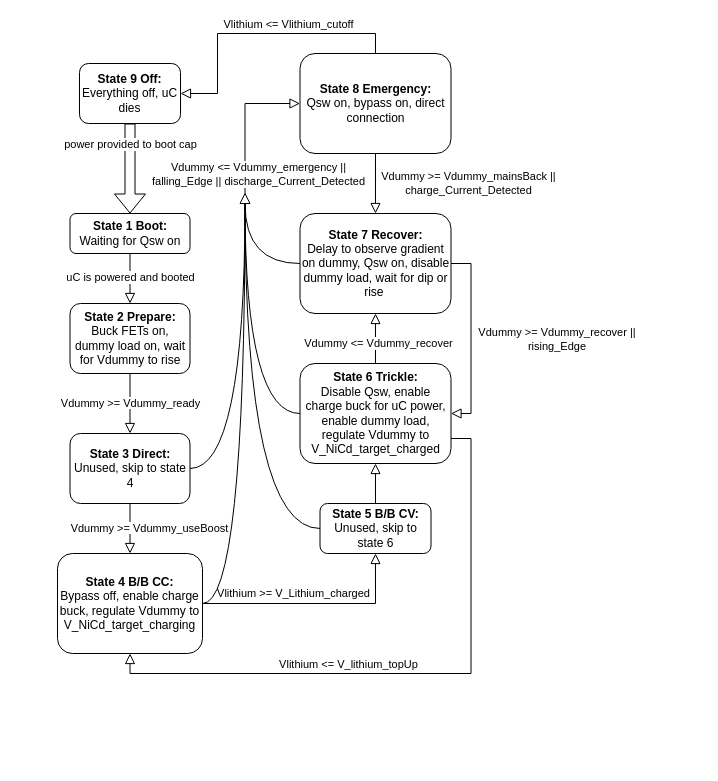
Before: 203IntefaceFlowchart_CV.drawio in BStainthorpe/Flowcharts, a draw.io diagram. Source tidied: cells renumbered, new cells numbered last; positions are measured from the earlier drawing's top-left corner, leaving out a move shared by most shapes. Both pictures are drawn from the tidied source at 100%, with x=0, y=0 at pixel (57, 33).
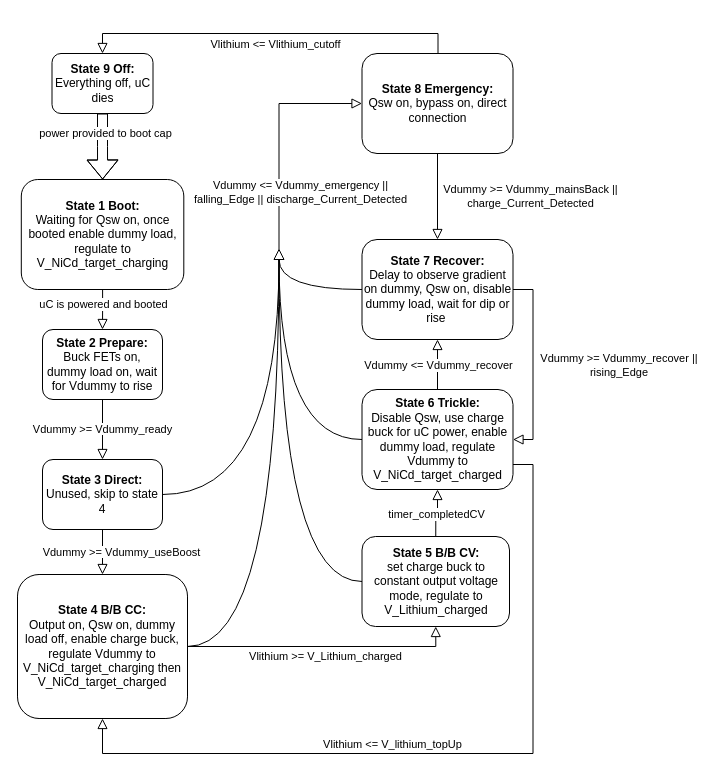
The same page after the edit.

Unchanged cells that the change refers to:
```xml
<mxCell id="29" style="rounded=0;html=1;jettySize=auto;fontSize=11;endArrow=block;endFill=0;endSize=8;strokeWidth=1;shadow=0;labelBackgroundColor=none;edgeStyle=orthogonalEdgeStyle;entryX=0.5;entryY=0;entryDx=0;entryDy=0;exitX=0.5;exitY=1;exitDx=0;exitDy=0;" parent="1" edge="1" source="20" target="14">
  <mxGeometry x="0.04" y="20" relative="1" as="geometry" />
</mxCell>
```

Change to the diagram source:
```diff
@@
-    <mxCell id="2" style="rounded=0;html=1;jettySize=auto;fontSize=11;endArrow=block;endFill=0;endSize=8;strokeWidth=1;shadow=0;labelBackgroundColor=none;edgeStyle=orthogonalEdgeStyle;" parent="1" edge="1" source="4">
-      <mxGeometry relative="1" as="geometry">
-        <mxPoint x="72.5" y="270" as="targetPoint" />
-      </mxGeometry>
-    </mxCell>
+    <mxCell id="37" style="rounded=0;html=1;jettySize=auto;fontSize=11;endArrow=block;endFill=0;endSize=8;strokeWidth=1;shadow=0;labelBackgroundColor=none;edgeStyle=orthogonalEdgeStyle;" parent="1" edge="1" source="38">
+      <mxGeometry relative="1" as="geometry">
+        <mxPoint x="45" y="296" as="targetPoint" />
+      </mxGeometry>
+    </mxCell>
-    <mxCell id="3" value="uC is powered and booted" style="edgeLabel;html=1;align=center;verticalAlign=middle;" parent="2" vertex="1">
+    <mxCell id="3" value="uC is powered and booted" style="edgeLabel;html=1;align=center;verticalAlign=middle;" parent="37" vertex="1">
       <mxGeometry x="-0.07" y="1" relative="1" as="geometry">
-        <mxPoint x="-1" as="offset" />
+        <mxPoint x="-1" y="-5" as="offset" />
       </mxGeometry>
     </mxCell>
-    <mxCell id="4" value="&lt;b&gt;State 1 Boot:&lt;/b&gt;&lt;div&gt;Waiting for Qsw on&lt;/div&gt;" style="rounded=1;whiteSpace=wrap;html=1;fontSize=12;glass=0;strokeWidth=1;shadow=0;" parent="1" vertex="1">
-      <mxGeometry x="12.5" y="180" width="120" height="40" as="geometry" />
-    </mxCell>
+    <mxCell id="38" value="&lt;b&gt;State 1 Boot:&lt;/b&gt;&lt;div&gt;Waiting for Qsw on, once booted enable dummy load, regulate to V_NiCd_target_charging&lt;/div&gt;" style="rounded=1;whiteSpace=wrap;html=1;fontSize=12;glass=0;strokeWidth=1;shadow=0;" parent="1" vertex="1">
+      <mxGeometry x="-36.2" y="146" width="162.5" height="110" as="geometry" />
+    </mxCell>
-    <mxCell id="5" value="&lt;span style=&quot;background-color: rgb(255, 255, 255);&quot;&gt;Vdummy &amp;gt;= Vdummy_useBoost&lt;/span&gt;" style="rounded=0;html=1;jettySize=auto;fontSize=11;endArrow=block;endFill=0;endSize=8;strokeWidth=1;shadow=0;labelBackgroundColor=none;edgeStyle=orthogonalEdgeStyle;exitX=0.5;exitY=1;exitDx=0;exitDy=0;entryX=0.5;entryY=0;entryDx=0;entryDy=0;" parent="1" edge="1" source="8" target="9">
+    <mxCell id="5" value="&lt;span style=&quot;background-color: rgb(255, 255, 255);&quot;&gt;Vdummy &amp;gt;= Vdummy_useBoost&lt;/span&gt;" style="rounded=0;html=1;jettySize=auto;fontSize=11;endArrow=block;endFill=0;endSize=8;strokeWidth=1;shadow=0;labelBackgroundColor=none;edgeStyle=orthogonalEdgeStyle;exitX=0.5;exitY=1;exitDx=0;exitDy=0;entryX=0.5;entryY=0;entryDx=0;entryDy=0;" parent="1" edge="1" source="8" target="39">
       <mxGeometry x="0.05" y="19" relative="1" as="geometry">
         <mxPoint y="-1" as="offset" />
       </mxGeometry>
     </mxCell>
@@
     <mxCell id="7" value="&lt;b&gt;State 2 Prepare:&lt;/b&gt;&lt;div&gt;Buck FETs on, dummy load on, wait for Vdummy to rise&lt;/div&gt;" style="rounded=1;whiteSpace=wrap;html=1;fontSize=12;glass=0;strokeWidth=1;shadow=0;" parent="1" vertex="1">
-      <mxGeometry x="12.5" y="270" width="120" height="70" as="geometry" />
+      <mxGeometry x="-15" y="296" width="120" height="70" as="geometry" />
     </mxCell>
     <mxCell id="8" value="&lt;b&gt;State 3 Direct:&lt;/b&gt;&lt;div&gt;Unused, skip to state 4&lt;/div&gt;" style="rounded=1;whiteSpace=wrap;html=1;fontSize=12;glass=0;strokeWidth=1;shadow=0;" parent="1" vertex="1">
-      <mxGeometry x="12.5" y="400" width="120" height="70" as="geometry" />
+      <mxGeometry x="-15" y="426" width="120" height="70" as="geometry" />
     </mxCell>
-    <mxCell id="9" value="&lt;b&gt;State 4 B/B CC:&lt;/b&gt;&lt;div&gt;Bypass off, enable charge buck, regulate Vdummy to V_NiCd_target_charging&lt;/div&gt;" style="rounded=1;whiteSpace=wrap;html=1;fontSize=12;glass=0;strokeWidth=1;shadow=0;" parent="1" vertex="1">
-      <mxGeometry y="520" width="145" height="100" as="geometry" />
-    </mxCell>
-    <mxCell id="10" value="&lt;b&gt;State 5 B/B CV:&lt;/b&gt;&lt;div&gt;Unused, skip to state 6&lt;/div&gt;" style="rounded=1;whiteSpace=wrap;html=1;fontSize=12;glass=0;strokeWidth=1;shadow=0;" parent="1" vertex="1">
-      <mxGeometry x="262.5" y="470" width="111" height="50" as="geometry" />
-    </mxCell>
+    <mxCell id="39" value="&lt;b&gt;State 4 B/B CC:&lt;/b&gt;&lt;div&gt;Output on, Qsw on, dummy load off, enable charge buck, regulate Vdummy to V_NiCd_target_charging then V_NiCd_target_charged&lt;/div&gt;" style="rounded=1;whiteSpace=wrap;html=1;fontSize=12;glass=0;strokeWidth=1;shadow=0;" parent="1" vertex="1">
+      <mxGeometry x="-40" y="541" width="170" height="144" as="geometry" />
+    </mxCell>
+    <mxCell id="40" value="&lt;b&gt;State 5 B/B CV:&lt;/b&gt;&lt;div&gt;set charge buck to constant output voltage mode, regulate to V_Lithium_charged&lt;/div&gt;" style="rounded=1;whiteSpace=wrap;html=1;fontSize=12;glass=0;strokeWidth=1;shadow=0;" parent="1" vertex="1">
+      <mxGeometry x="304.5" y="503" width="147.5" height="90" as="geometry" />
+    </mxCell>
-    <mxCell id="11" value="&lt;span style=&quot;background-color: rgb(255, 255, 255);&quot;&gt;Vlithium &amp;gt;= V_Lithium_charged&lt;/span&gt;" style="rounded=0;html=1;jettySize=auto;fontSize=11;endArrow=block;endFill=0;endSize=8;strokeWidth=1;shadow=0;labelBackgroundColor=none;edgeStyle=orthogonalEdgeStyle;exitX=1;exitY=0.5;exitDx=0;exitDy=0;entryX=0.5;entryY=1;entryDx=0;entryDy=0;" parent="1" edge="1" source="9" target="10">
-      <mxGeometry x="-0.18" y="10" relative="1" as="geometry" />
+    <mxCell id="11" value="&lt;span style=&quot;background-color: rgb(255, 255, 255);&quot;&gt;Vlithium &amp;gt;= V_Lithium_charged&lt;/span&gt;" style="rounded=0;html=1;jettySize=auto;fontSize=11;endArrow=block;endFill=0;endSize=8;strokeWidth=1;shadow=0;labelBackgroundColor=none;edgeStyle=orthogonalEdgeStyle;exitX=1;exitY=0.5;exitDx=0;exitDy=0;entryX=0.5;entryY=1;entryDx=0;entryDy=0;" parent="1" edge="1" source="39" target="40">
+      <mxGeometry x="0.03" y="-10" relative="1" as="geometry">
+        <Array as="points">
+          <mxPoint x="378.5" y="613" />
+        </Array>
+      </mxGeometry>
     </mxCell>
-    <mxCell id="12" value="&lt;b&gt;State 6 Trickle:&lt;/b&gt;&lt;div&gt;Disable Qsw, enable charge buck for uC power, enable dummy load, regulate Vdummy to V_NiCd_target_charged&lt;/div&gt;" style="rounded=1;whiteSpace=wrap;html=1;fontSize=12;glass=0;strokeWidth=1;shadow=0;" parent="1" vertex="1">
-      <mxGeometry x="242.5" y="330" width="151" height="100" as="geometry" />
-    </mxCell>
-    <mxCell id="13" style="rounded=0;html=1;jettySize=auto;fontSize=11;endArrow=block;endFill=0;endSize=8;strokeWidth=1;shadow=0;labelBackgroundColor=none;edgeStyle=orthogonalEdgeStyle;exitX=0.5;exitY=0;exitDx=0;exitDy=0;entryX=0.5;entryY=1;entryDx=0;entryDy=0;" parent="1" edge="1" source="10" target="12">
-      <mxGeometry x="0.04" y="20" relative="1" as="geometry" />
-    </mxCell>
+    <mxCell id="41" value="&lt;b&gt;State 6 Trickle:&lt;/b&gt;&lt;div&gt;Disable Qsw, use charge buck for uC power, enable dummy load, regulate Vdummy to V_NiCd_target_charged&lt;/div&gt;" style="rounded=1;whiteSpace=wrap;html=1;fontSize=12;glass=0;strokeWidth=1;shadow=0;" parent="1" vertex="1">
+      <mxGeometry x="304.5" y="356" width="151" height="100" as="geometry" />
+    </mxCell>
+    <mxCell id="42" style="rounded=0;html=1;jettySize=auto;fontSize=11;endArrow=block;endFill=0;endSize=8;strokeWidth=1;shadow=0;labelBackgroundColor=none;edgeStyle=orthogonalEdgeStyle;exitX=0.5;exitY=0;exitDx=0;exitDy=0;entryX=0.5;entryY=1;entryDx=0;entryDy=0;" parent="1" edge="1" source="40" target="41">
+      <mxGeometry x="0.04" y="20" relative="1" as="geometry" />
+    </mxCell>
+    <mxCell id="43" value="timer_completedCV" style="edgeLabel;html=1;align=center;verticalAlign=middle;" parent="42" vertex="1">
+      <mxGeometry x="-0.04" relative="1" as="geometry" />
+    </mxCell>
     <mxCell id="14" value="&lt;b&gt;State 7 Recover:&lt;/b&gt;&lt;div&gt;Delay to observe gradient on dummy, Qsw on, disable dummy load, wait for dip or rise&amp;nbsp;&lt;br&gt;&lt;/div&gt;" style="rounded=1;whiteSpace=wrap;html=1;fontSize=12;glass=0;strokeWidth=1;shadow=0;" parent="1" vertex="1">
-      <mxGeometry x="242.5" y="180" width="151" height="100" as="geometry" />
+      <mxGeometry x="304.5" y="206" width="151" height="100" as="geometry" />
     </mxCell>
-    <mxCell id="15" style="triangle;whiteSpace=wrap;html=1;rotation=-90;" parent="1" vertex="1">
-      <mxGeometry x="182.5" y="160" width="10" height="10" as="geometry" />
-    </mxCell>
-    <mxCell id="16" style="edgeStyle=orthogonalEdgeStyle;rounded=0;html=1;jettySize=auto;fontSize=11;endArrow=none;endFill=0;strokeWidth=1;shadow=0;labelBackgroundColor=none;entryX=0;entryY=0.5;entryDx=0;entryDy=0;exitX=1;exitY=0.5;exitDx=0;exitDy=0;curved=1;" parent="1" edge="1" source="8" target="15">
-      <mxGeometry relative="1" as="geometry" />
-    </mxCell>
-    <mxCell id="17" style="edgeStyle=orthogonalEdgeStyle;rounded=0;html=1;jettySize=auto;fontSize=11;endArrow=none;endFill=0;strokeWidth=1;shadow=0;labelBackgroundColor=none;exitX=1;exitY=0.5;exitDx=0;exitDy=0;curved=1;entryX=0;entryY=0.5;entryDx=0;entryDy=0;" parent="1" edge="1" source="9" target="15">
-      <mxGeometry relative="1" as="geometry" />
-    </mxCell>
-    <mxCell id="18" style="edgeStyle=orthogonalEdgeStyle;rounded=0;html=1;jettySize=auto;fontSize=11;endArrow=none;endFill=0;strokeWidth=1;shadow=0;labelBackgroundColor=none;exitX=0;exitY=0.5;exitDx=0;exitDy=0;curved=1;entryX=0;entryY=0.5;entryDx=0;entryDy=0;" parent="1" edge="1" source="10" target="15">
-      <mxGeometry relative="1" as="geometry" />
-    </mxCell>
-    <mxCell id="19" style="edgeStyle=orthogonalEdgeStyle;rounded=0;html=1;jettySize=auto;fontSize=11;endArrow=none;endFill=0;strokeWidth=1;shadow=0;labelBackgroundColor=none;exitX=0;exitY=0.5;exitDx=0;exitDy=0;curved=1;entryX=0;entryY=0.5;entryDx=0;entryDy=0;" parent="1" edge="1" source="12" target="15">
-      <mxGeometry relative="1" as="geometry" />
-    </mxCell>
+    <mxCell id="44" style="triangle;whiteSpace=wrap;html=1;rotation=-90;" parent="1" vertex="1">
+      <mxGeometry x="216.5" y="216" width="10" height="10" as="geometry" />
+    </mxCell>
+    <mxCell id="45" style="edgeStyle=orthogonalEdgeStyle;rounded=0;html=1;jettySize=auto;fontSize=11;endArrow=none;endFill=0;strokeWidth=1;shadow=0;labelBackgroundColor=none;entryX=0;entryY=0.5;entryDx=0;entryDy=0;exitX=1;exitY=0.5;exitDx=0;exitDy=0;curved=1;" parent="1" edge="1" source="8" target="44">
+      <mxGeometry relative="1" as="geometry" />
+    </mxCell>
+    <mxCell id="46" style="edgeStyle=orthogonalEdgeStyle;rounded=0;html=1;jettySize=auto;fontSize=11;endArrow=none;endFill=0;strokeWidth=1;shadow=0;labelBackgroundColor=none;exitX=1;exitY=0.5;exitDx=0;exitDy=0;curved=1;entryX=0;entryY=0.5;entryDx=0;entryDy=0;" parent="1" edge="1" source="39" target="44">
+      <mxGeometry relative="1" as="geometry" />
+    </mxCell>
+    <mxCell id="47" style="edgeStyle=orthogonalEdgeStyle;rounded=0;html=1;jettySize=auto;fontSize=11;endArrow=none;endFill=0;strokeWidth=1;shadow=0;labelBackgroundColor=none;exitX=0;exitY=0.5;exitDx=0;exitDy=0;curved=1;entryX=0;entryY=0.5;entryDx=0;entryDy=0;" parent="1" edge="1" source="40" target="44">
+      <mxGeometry relative="1" as="geometry" />
+    </mxCell>
+    <mxCell id="48" style="edgeStyle=orthogonalEdgeStyle;rounded=0;html=1;jettySize=auto;fontSize=11;endArrow=none;endFill=0;strokeWidth=1;shadow=0;labelBackgroundColor=none;exitX=0;exitY=0.5;exitDx=0;exitDy=0;curved=1;entryX=0;entryY=0.5;entryDx=0;entryDy=0;" parent="1" edge="1" source="41" target="44">
+      <mxGeometry relative="1" as="geometry" />
+    </mxCell>
     <mxCell id="20" value="&lt;b&gt;State 8 Emergency:&lt;/b&gt;&lt;div&gt;Qsw on, bypass on, direct connection&lt;/div&gt;" style="rounded=1;whiteSpace=wrap;html=1;fontSize=12;glass=0;strokeWidth=1;shadow=0;" parent="1" vertex="1">
-      <mxGeometry x="242.5" y="20" width="151" height="100" as="geometry" />
+      <mxGeometry x="304.5" y="20" width="151" height="100" as="geometry" />
     </mxCell>
-    <mxCell id="21" style="rounded=0;html=1;jettySize=auto;fontSize=11;endArrow=block;endFill=0;endSize=8;strokeWidth=1;shadow=0;labelBackgroundColor=none;edgeStyle=orthogonalEdgeStyle;entryX=0;entryY=0.5;entryDx=0;entryDy=0;exitX=1;exitY=0.5;exitDx=0;exitDy=0;" parent="1" edge="1" source="15" target="20">
-      <mxGeometry x="0.04" y="20" relative="1" as="geometry" />
-    </mxCell>
+    <mxCell id="49" style="rounded=0;html=1;jettySize=auto;fontSize=11;endArrow=block;endFill=0;endSize=8;strokeWidth=1;shadow=0;labelBackgroundColor=none;edgeStyle=orthogonalEdgeStyle;entryX=0;entryY=0.5;entryDx=0;entryDy=0;exitX=1;exitY=0.5;exitDx=0;exitDy=0;" parent="1" edge="1" source="44" target="20">
+      <mxGeometry x="0.04" y="20" relative="1" as="geometry" />
+    </mxCell>
-    <mxCell id="22" value="Vdummy &amp;lt;= Vdummy_emergency ||&lt;div&gt;falling_Edge || discharge_Current_Detected&lt;/div&gt;" style="edgeLabel;html=1;align=center;verticalAlign=middle;" parent="21" vertex="1">
+    <mxCell id="22" value="Vdummy &amp;lt;= Vdummy_emergency ||&lt;div&gt;falling_Edge || discharge_Current_Detected&lt;/div&gt;" style="edgeLabel;html=1;align=center;verticalAlign=middle;" parent="49" vertex="1">
       <mxGeometry x="-0.09" relative="1" as="geometry">
-        <mxPoint x="13" y="46" as="offset" />
+        <mxPoint x="21" y="46" as="offset" />
       </mxGeometry>
     </mxCell>
-    <mxCell id="23" style="edgeStyle=orthogonalEdgeStyle;rounded=0;html=1;jettySize=auto;fontSize=11;endArrow=none;endFill=0;strokeWidth=1;shadow=0;labelBackgroundColor=none;exitX=0;exitY=0.5;exitDx=0;exitDy=0;curved=1;entryX=0;entryY=0.5;entryDx=0;entryDy=0;" parent="1" edge="1" source="14" target="15">
-      <mxGeometry relative="1" as="geometry" />
-    </mxCell>
-    <mxCell id="24" style="edgeStyle=orthogonalEdgeStyle;rounded=0;jettySize=auto;html=1;exitX=0.5;exitY=1;exitDx=0;exitDy=0;shape=flexArrow;" parent="1" edge="1" source="26" target="4">
-      <mxGeometry relative="1" as="geometry" />
-    </mxCell>
+    <mxCell id="50" style="edgeStyle=orthogonalEdgeStyle;rounded=0;html=1;jettySize=auto;fontSize=11;endArrow=none;endFill=0;strokeWidth=1;shadow=0;labelBackgroundColor=none;exitX=0;exitY=0.5;exitDx=0;exitDy=0;curved=1;entryX=0;entryY=0.5;entryDx=0;entryDy=0;" parent="1" edge="1" source="14" target="44">
+      <mxGeometry relative="1" as="geometry" />
+    </mxCell>
+    <mxCell id="51" style="edgeStyle=orthogonalEdgeStyle;rounded=0;jettySize=auto;html=1;exitX=0.5;exitY=1;exitDx=0;exitDy=0;shape=flexArrow;" parent="1" edge="1" source="26" target="38">
+      <mxGeometry relative="1" as="geometry" />
+    </mxCell>
-    <mxCell id="25" value="power provided to boot cap" style="edgeLabel;html=1;align=center;verticalAlign=middle;" parent="24" vertex="1">
+    <mxCell id="25" value="power provided to boot cap" style="edgeLabel;html=1;align=center;verticalAlign=middle;" parent="51" vertex="1">
       <mxGeometry x="0.03" y="-4" relative="1" as="geometry">
-        <mxPoint x="4" y="-26" as="offset" />
+        <mxPoint x="6" y="-14" as="offset" />
       </mxGeometry>
     </mxCell>
     <mxCell id="26" value="&lt;b&gt;State 9 Off:&lt;/b&gt;&lt;div&gt;Everything off, uC dies&lt;/div&gt;" style="rounded=1;whiteSpace=wrap;html=1;fontSize=12;glass=0;strokeWidth=1;shadow=0;" parent="1" vertex="1">
-      <mxGeometry x="22" y="30" width="101" height="60" as="geometry" />
+      <mxGeometry x="-5.5" y="20" width="101" height="60" as="geometry" />
     </mxCell>
-    <mxCell id="27" style="rounded=0;html=1;jettySize=auto;fontSize=11;endArrow=block;endFill=0;endSize=8;strokeWidth=1;shadow=0;labelBackgroundColor=none;edgeStyle=orthogonalEdgeStyle;entryX=1;entryY=0.5;entryDx=0;entryDy=0;exitX=0.5;exitY=0;exitDx=0;exitDy=0;" parent="1" edge="1" source="20" target="26">
-      <mxGeometry x="0.04" y="20" relative="1" as="geometry">
-        <Array as="points">
-          <mxPoint x="318" />
-          <mxPoint x="160" />
-          <mxPoint x="160" y="60" />
-        </Array>
-      </mxGeometry>
-    </mxCell>
+    <mxCell id="52" style="rounded=0;html=1;jettySize=auto;fontSize=11;endArrow=block;endFill=0;endSize=8;strokeWidth=1;shadow=0;labelBackgroundColor=none;edgeStyle=orthogonalEdgeStyle;entryX=0.5;entryY=0;entryDx=0;entryDy=0;" parent="1" edge="1" target="26">
+      <mxGeometry x="0.04" y="20" relative="1" as="geometry">
+        <mxPoint x="380.5" y="20" as="sourcePoint" />
+        <Array as="points">
+          <mxPoint x="380.5" />
+          <mxPoint x="45.5" />
+        </Array>
+      </mxGeometry>
+    </mxCell>
-    <mxCell id="28" value="Vlithium &amp;lt;= Vlithium_cutoff" style="edgeLabel;html=1;align=center;verticalAlign=middle;" parent="27" vertex="1">
+    <mxCell id="28" value="Vlithium &amp;lt;= Vlithium_cutoff" style="edgeLabel;html=1;align=center;verticalAlign=middle;" parent="52" vertex="1">
       <mxGeometry x="-0.09" relative="1" as="geometry">
-        <mxPoint x="17" y="-10" as="offset" />
+        <mxPoint x="-12" y="10" as="offset" />
       </mxGeometry>
     </mxCell>
@@
     <mxCell id="30" value="Vdummy &amp;gt;= Vdummy_mainsBack ||&lt;div&gt;charge_Current_Detected&lt;/div&gt;" style="edgeLabel;html=1;align=center;verticalAlign=middle;" parent="29" vertex="1">
       <mxGeometry x="-0.09" relative="1" as="geometry">
-        <mxPoint x="92" y="2" as="offset" />
+        <mxPoint x="92" y="3" as="offset" />
       </mxGeometry>
     </mxCell>
-    <mxCell id="31" style="rounded=0;html=1;jettySize=auto;fontSize=11;endArrow=block;endFill=0;endSize=8;strokeWidth=1;shadow=0;labelBackgroundColor=none;edgeStyle=orthogonalEdgeStyle;entryX=1;entryY=0.5;entryDx=0;entryDy=0;exitX=1;exitY=0.5;exitDx=0;exitDy=0;" parent="1" edge="1" source="14" target="12">
-      <mxGeometry x="0.04" y="20" relative="1" as="geometry" />
-    </mxCell>
+    <mxCell id="53" style="rounded=0;html=1;jettySize=auto;fontSize=11;endArrow=block;endFill=0;endSize=8;strokeWidth=1;shadow=0;labelBackgroundColor=none;edgeStyle=orthogonalEdgeStyle;entryX=1;entryY=0.5;entryDx=0;entryDy=0;exitX=1;exitY=0.5;exitDx=0;exitDy=0;" parent="1" edge="1" source="14" target="41">
+      <mxGeometry x="0.04" y="20" relative="1" as="geometry" />
+    </mxCell>
-    <mxCell id="32" value="Vdummy &amp;gt;= Vdummy_recover ||&amp;nbsp;&lt;div&gt;rising_Edge&amp;nbsp;&lt;/div&gt;" style="edgeLabel;html=1;align=center;verticalAlign=middle;" parent="31" vertex="1">
+    <mxCell id="32" value="Vdummy &amp;gt;= Vdummy_recover ||&amp;nbsp;&lt;div&gt;rising_Edge&amp;nbsp;&lt;/div&gt;" style="edgeLabel;html=1;align=center;verticalAlign=middle;" parent="53" vertex="1">
       <mxGeometry x="-0.09" relative="1" as="geometry">
         <mxPoint x="87" y="9" as="offset" />
       </mxGeometry>
     </mxCell>
-    <mxCell id="33" style="rounded=0;html=1;jettySize=auto;fontSize=11;endArrow=block;endFill=0;endSize=8;strokeWidth=1;shadow=0;labelBackgroundColor=none;edgeStyle=orthogonalEdgeStyle;entryX=0.5;entryY=1;entryDx=0;entryDy=0;exitX=0.5;exitY=0;exitDx=0;exitDy=0;" parent="1" edge="1" source="12" target="14">
-      <mxGeometry x="0.04" y="20" relative="1" as="geometry" />
-    </mxCell>
+    <mxCell id="54" style="rounded=0;html=1;jettySize=auto;fontSize=11;endArrow=block;endFill=0;endSize=8;strokeWidth=1;shadow=0;labelBackgroundColor=none;edgeStyle=orthogonalEdgeStyle;entryX=0.5;entryY=1;entryDx=0;entryDy=0;exitX=0.5;exitY=0;exitDx=0;exitDy=0;" parent="1" edge="1" source="41" target="14">
+      <mxGeometry x="0.04" y="20" relative="1" as="geometry" />
+    </mxCell>
-    <mxCell id="34" value="Vdummy &amp;lt;= Vdummy_recover" style="edgeLabel;html=1;align=center;verticalAlign=middle;" parent="33" vertex="1">
+    <mxCell id="34" value="Vdummy &amp;lt;= Vdummy_recover" style="edgeLabel;html=1;align=center;verticalAlign=middle;" parent="54" vertex="1">
       <mxGeometry x="-0.09" relative="1" as="geometry">
-        <mxPoint x="2" y="2" as="offset" />
+        <mxPoint y="-2" as="offset" />
       </mxGeometry>
     </mxCell>
-    <mxCell id="35" style="rounded=0;html=1;jettySize=auto;fontSize=11;endArrow=block;endFill=0;endSize=8;strokeWidth=1;shadow=0;labelBackgroundColor=none;edgeStyle=orthogonalEdgeStyle;entryX=0.5;entryY=1;entryDx=0;entryDy=0;exitX=1;exitY=0.75;exitDx=0;exitDy=0;" parent="1" edge="1" source="12" target="9">
-      <mxGeometry x="0.04" y="20" relative="1" as="geometry" />
-    </mxCell>
+    <mxCell id="55" style="rounded=0;html=1;jettySize=auto;fontSize=11;endArrow=block;endFill=0;endSize=8;strokeWidth=1;shadow=0;labelBackgroundColor=none;edgeStyle=orthogonalEdgeStyle;entryX=0.5;entryY=1;entryDx=0;entryDy=0;exitX=1;exitY=0.75;exitDx=0;exitDy=0;" parent="1" edge="1" source="41" target="39">
+      <mxGeometry x="0.04" y="20" relative="1" as="geometry">
+        <Array as="points">
+          <mxPoint x="475.5" y="431" />
+          <mxPoint x="475.5" y="720" />
+          <mxPoint x="45.5" y="720" />
+          <mxPoint x="45.5" y="685" />
+        </Array>
+      </mxGeometry>
+    </mxCell>
-    <mxCell id="36" value="Vlithium &amp;lt;= V_lithium_topUp" style="edgeLabel;html=1;align=center;verticalAlign=middle;" parent="35" vertex="1">
+    <mxCell id="36" value="Vlithium &amp;lt;= V_lithium_topUp" style="edgeLabel;html=1;align=center;verticalAlign=middle;" parent="55" vertex="1">
       <mxGeometry x="-0.09" relative="1" as="geometry">
         <mxPoint x="-98" y="-10" as="offset" />
       </mxGeometry>
     </mxCell>
```
